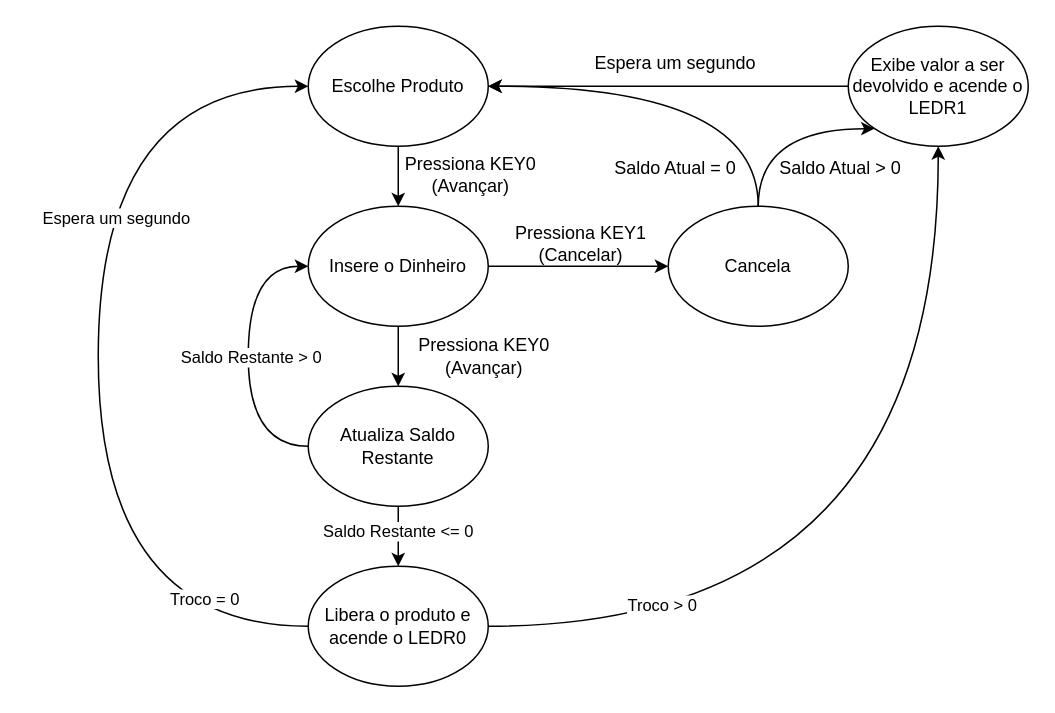
This is P1/diagramas/diagramaEstados.drawio from caio-unicamp/MC613_Best_Group, a draw.io file, before an edit. Source tidied: cells renumbered, new cells numbered last; positions are measured from the earlier drawing's top-left corner, leaving out a move shared by most shapes. Both pictures are drawn from the tidied source at 150%, with x=0, y=0 at pixel (98, 26).
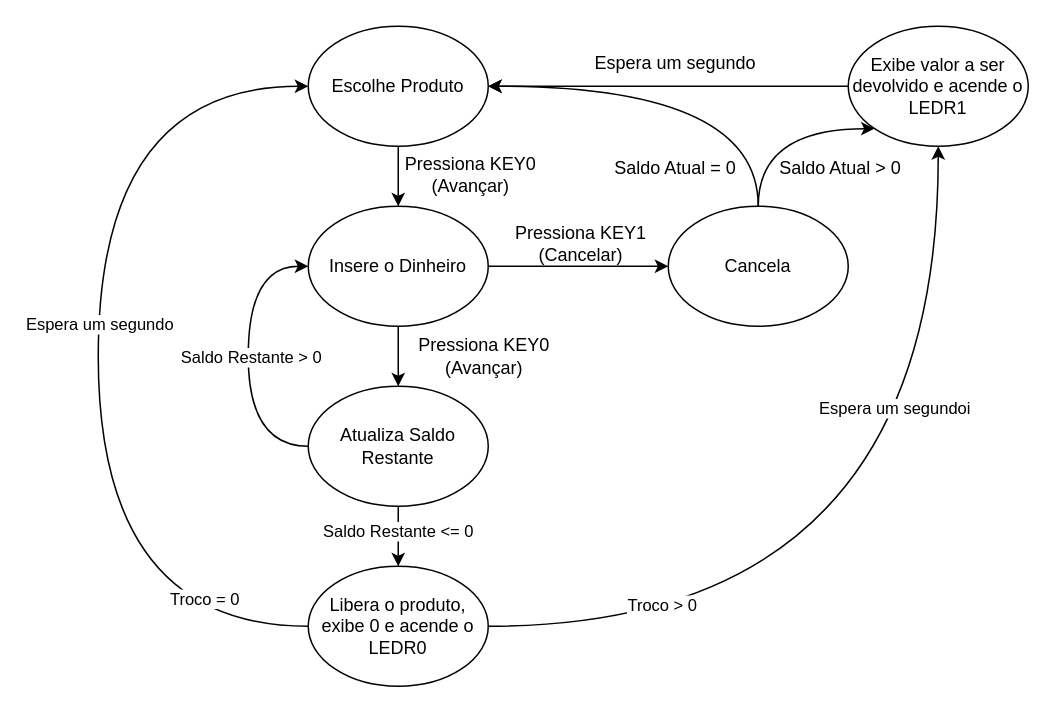
After the change.

Commit message:
atualizando diagrama para estar de acordo com o código atual

The change refers to these unchanged cells:
```xml
<mxCell id="7" style="edgeStyle=orthogonalEdgeStyle;rounded=0;jettySize=auto;html=1;exitX=1;exitY=0.5;exitDx=0;exitDy=0;entryX=0.5;entryY=1;entryDx=0;entryDy=0;curved=1;" parent="1" edge="1" source="12" target="14">
  <mxGeometry relative="1" as="geometry" />
</mxCell>
<mxCell id="9" style="edgeStyle=orthogonalEdgeStyle;rounded=0;jettySize=auto;html=1;exitX=0;exitY=0.5;exitDx=0;exitDy=0;entryX=0;entryY=0.5;entryDx=0;entryDy=0;curved=1;" parent="1" edge="1" source="12" target="3">
  <mxGeometry relative="1" as="geometry">
    <Array as="points">
      <mxPoint y="400" />
      <mxPoint y="40" />
    </Array>
  </mxGeometry>
</mxCell>
```

Change to the diagram source:
```diff
@@
+    <mxCell id="29" value="Espera um segundoi" style="edgeLabel;html=1;align=center;verticalAlign=middle;" parent="7" vertex="1">
+      <mxGeometry x="0.44" y="30" relative="1" as="geometry" />
+    </mxCell>
@@
     <mxCell id="11" value="Espera um segundo" style="edgeLabel;html=1;align=center;verticalAlign=middle;" parent="9" vertex="1">
-      <mxGeometry x="0.29" y="-11" relative="1" as="geometry" />
+      <mxGeometry x="0.29" y="-11" relative="1" as="geometry">
+        <mxPoint x="-11" y="71" as="offset" />
+      </mxGeometry>
     </mxCell>
-    <mxCell id="12" value="Libera o produto e acende o LEDR0" style="ellipse;whiteSpace=wrap;html=1;" parent="1" vertex="1">
+    <mxCell id="12" value="Libera o produto, exibe 0 e acende o LEDR0" style="ellipse;whiteSpace=wrap;html=1;" parent="1" vertex="1">
       <mxGeometry x="140" y="360" width="120" height="80" as="geometry" />
     </mxCell>
```
